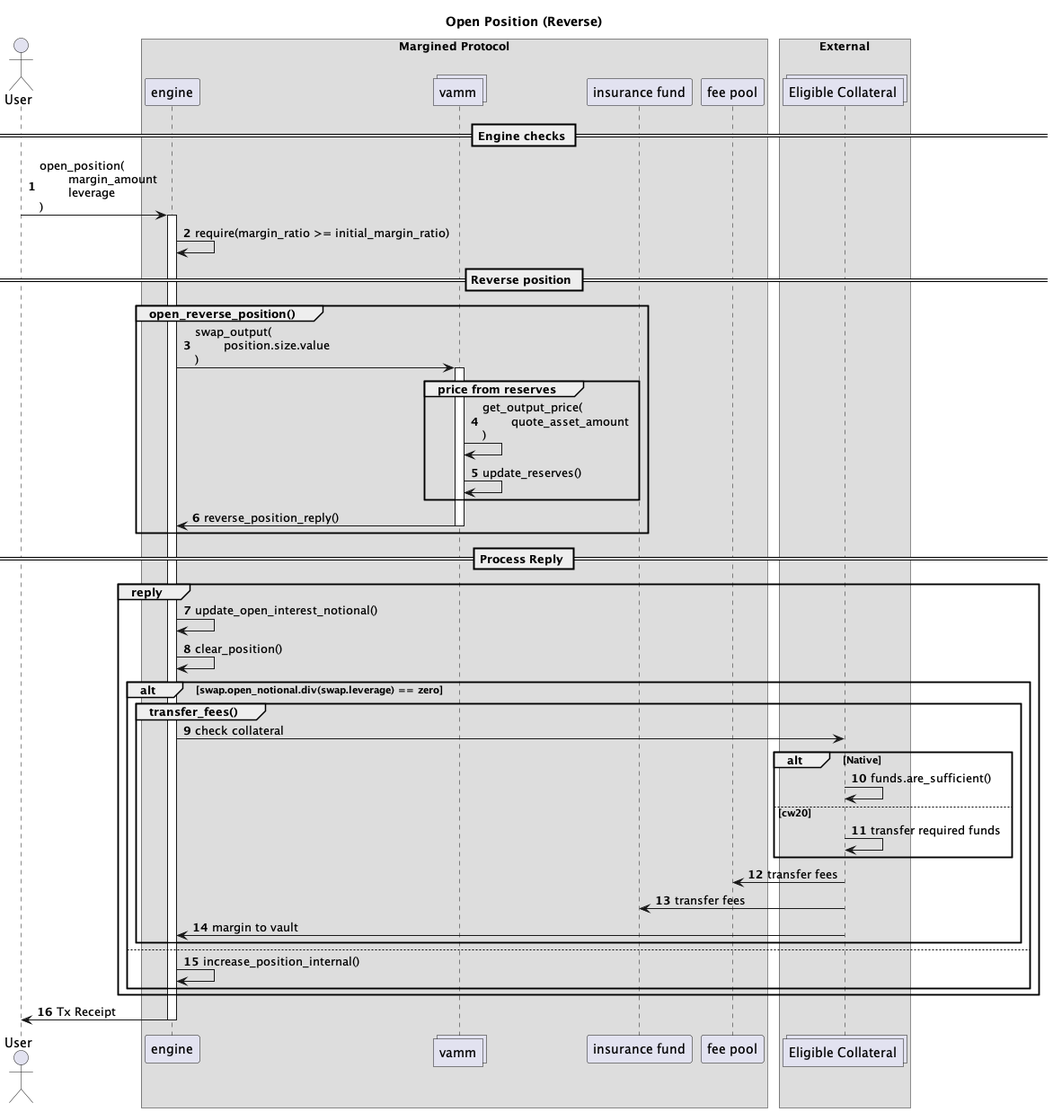
Before: architecture/diagrams/open-pos-reverse.png, a diagram exported from PlantUML (margined-protocol/docs).
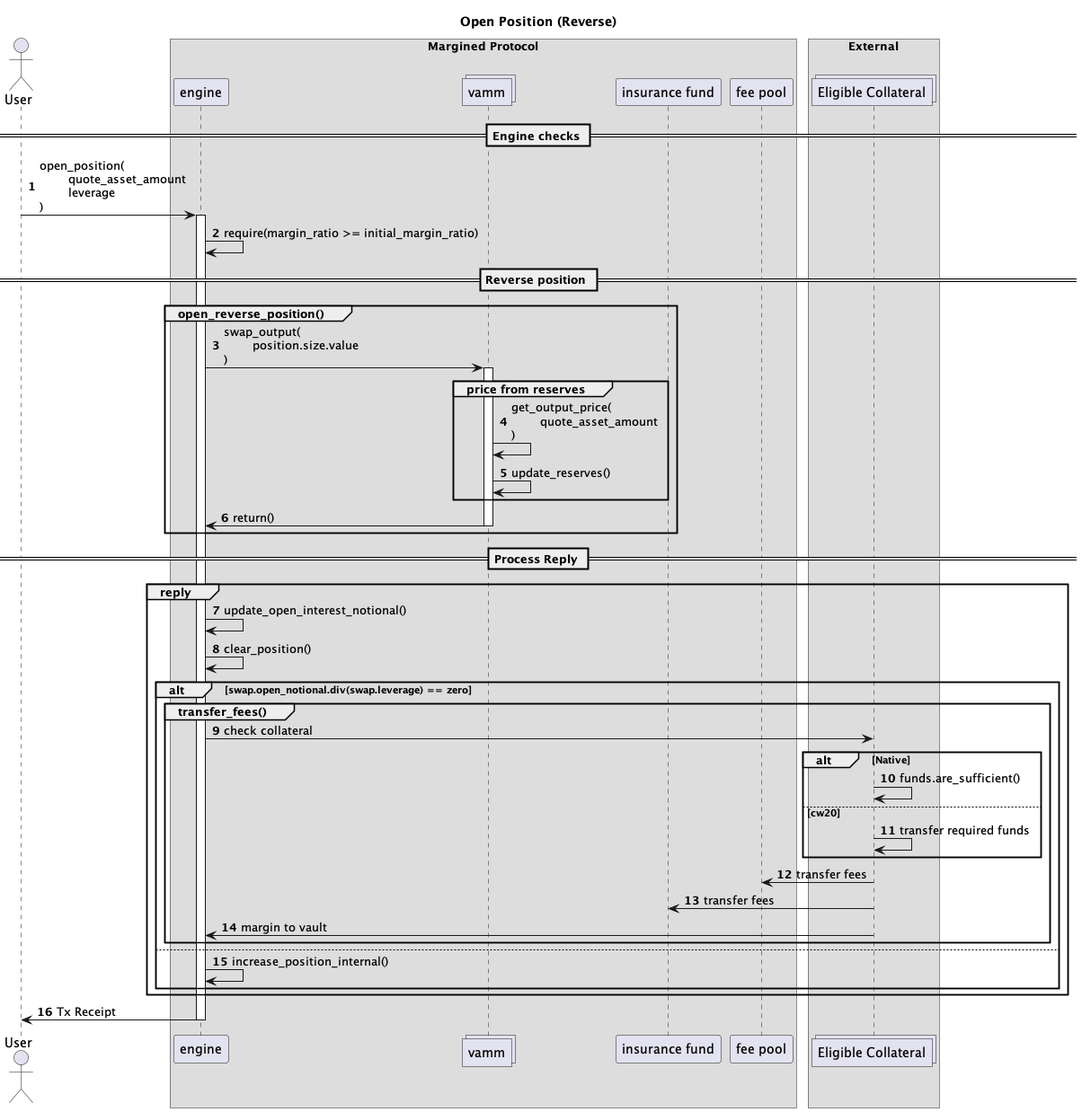
The same diagram one commit later.

Change to the diagram source:
```diff
@@ -18,7 +18,7 @@
 
 == Engine checks ==
 
-User -> engine : open_position(\n\tmargin_amount\n\tleverage\n)
+User -> engine : open_position(\n\tquote_asset_amount\n\tleverage\n)
 activate engine
 
 engine -> engine : require(margin_ratio >= initial_margin_ratio)
@@ -34,7 +34,7 @@
         vamm -> vamm: update_reserves()
     end
 
-    vamm -> engine: reverse_position_reply()
+    vamm -> engine: return()
     deactivate vamm
 end
 
```
